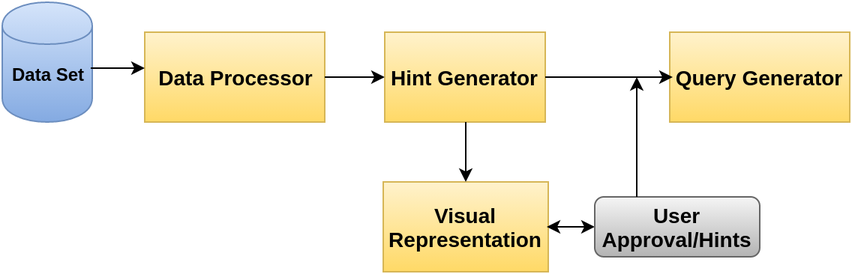
Earlier version of the draw.io export IEEE_SmartData_China_2016/images/High_level_architecture.png (rnavagamuwa/ResearchPapers). Source tidied: cells renumbered, new cells last; positions are measured from the earlier drawing's top-left corner, leaving out a move shared by most shapes.
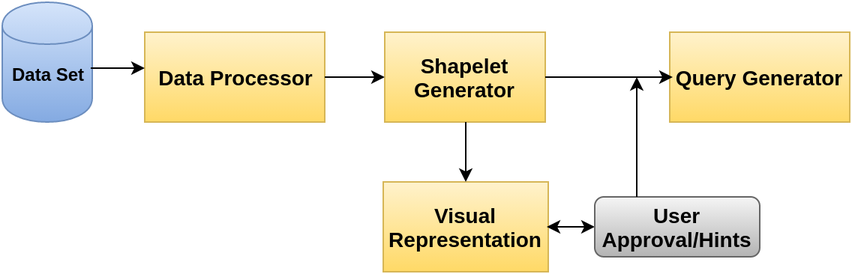
The same diagram one commit later.

The edit, as a diff of the source:
```diff
@@ -5,7 +5,7 @@
     <mxCell id="2" value="&lt;b&gt;&lt;font style=&quot;font-size: 14px&quot;&gt;Data Processor&lt;/font&gt;&lt;/b&gt;" style="whiteSpace=wrap;html=1;plain-yellow;" parent="1" vertex="1">
       <mxGeometry x="95" y="20" width="120" height="60" as="geometry" />
     </mxCell>
-    <mxCell id="3" value="&lt;b&gt;&lt;font style=&quot;font-size: 14px&quot;&gt;Hint Generator&lt;/font&gt;&lt;/b&gt;" style="whiteSpace=wrap;html=1;plain-yellow;" parent="1" vertex="1">
+    <mxCell id="3" value="&lt;b&gt;&lt;font style=&quot;font-size: 14px&quot;&gt;Shapelet Generator&lt;/font&gt;&lt;/b&gt;" style="whiteSpace=wrap;html=1;plain-yellow;" parent="1" vertex="1">
       <mxGeometry x="255" y="20" width="107" height="60" as="geometry" />
     </mxCell>
     <mxCell id="4" value="&lt;b&gt;&lt;font style=&quot;font-size: 14px&quot;&gt;Query Generator&lt;/font&gt;&lt;/b&gt;" style="whiteSpace=wrap;html=1;plain-yellow;" parent="1" vertex="1">
```
